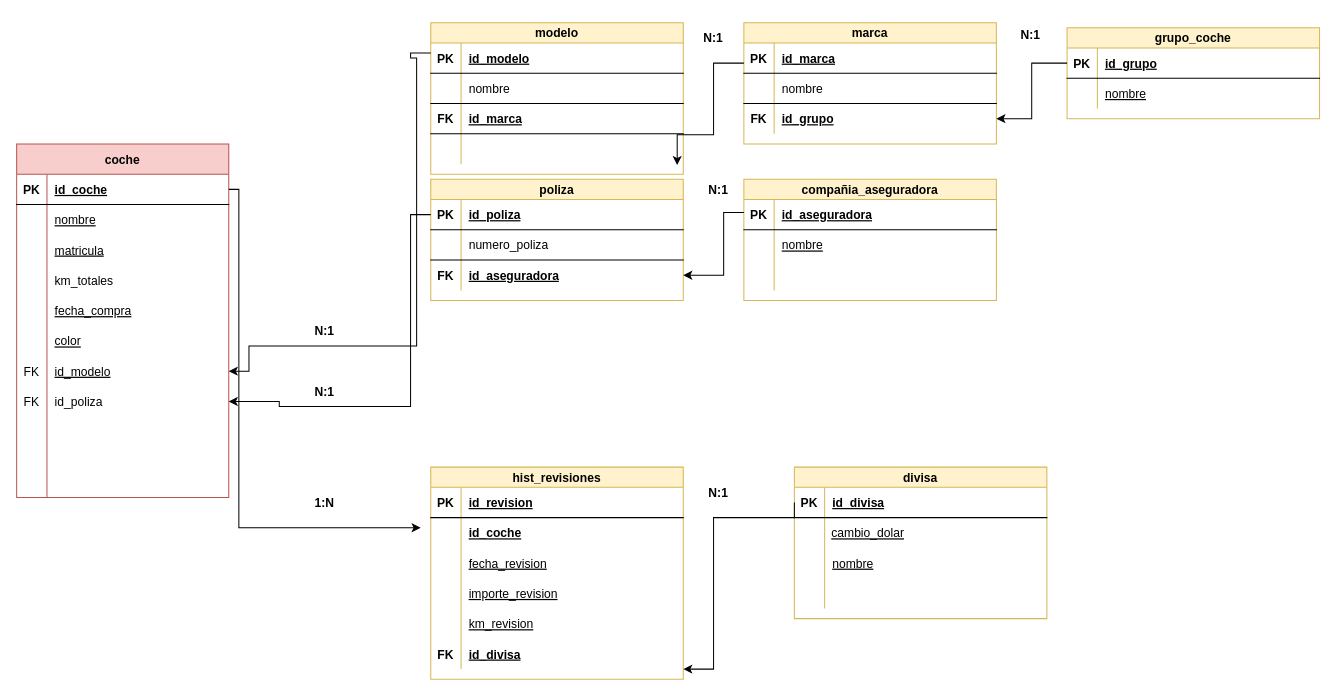
Above: Modelo_ER.drawio in Lalmolda/Practica_SQL (draw.io), before the change. Source tidied: cells renumbered, new cells numbered last; positions are measured from the earlier drawing's top-left corner, leaving out a move shared by most shapes. Both pictures are drawn from the tidied source at 101%, with x=0, y=0 at pixel (16, 16).
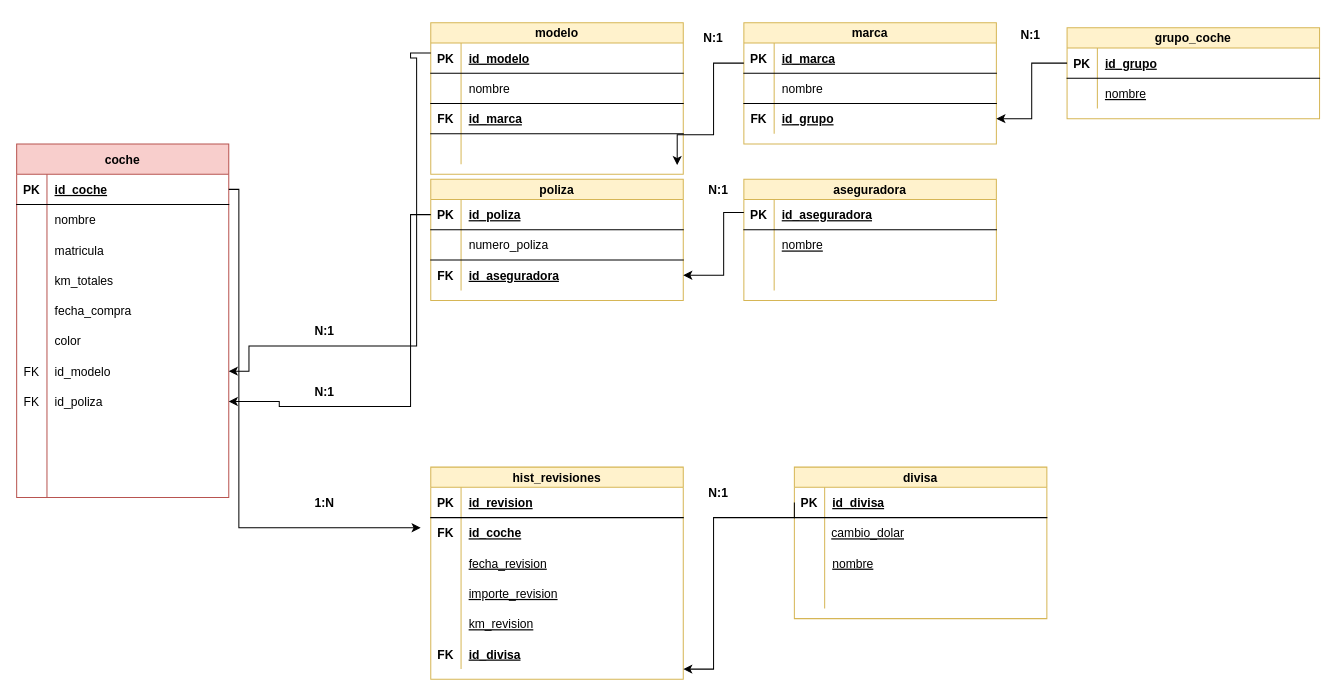
The same page after the edit.

Commit message (it also covers changes not shown here):
Tablas creadas

Unchanged cells that the change refers to:
```xml
<mxCell id="6" style="shape=partialRectangle;fillColor=none;top=0;left=0;right=0;bottom=0;" parent="2" vertex="1">
  <mxGeometry y="60" width="210" height="30" as="geometry" />
</mxCell>
<mxCell id="9" style="shape=partialRectangle;fillColor=none;top=0;left=0;right=0;bottom=0;" parent="2" vertex="1">
  <mxGeometry y="90" width="210" height="30" as="geometry" />
</mxCell>
<mxCell id="15" style="shape=partialRectangle;fillColor=none;top=0;left=0;right=0;bottom=0;" parent="2" vertex="1">
  <mxGeometry y="150" width="210" height="30" as="geometry" />
</mxCell>
<mxCell id="18" style="shape=partialRectangle;fillColor=none;top=0;left=0;right=0;bottom=0;" parent="2" vertex="1">
  <mxGeometry y="180" width="210" height="30" as="geometry" />
</mxCell>
<mxCell id="21" style="shape=partialRectangle;fillColor=none;points=[[0,0.5],[1,0.5]];portConstraint=eastwest;top=0;left=0;right=0;bottom=0;" parent="2" vertex="1">
  <mxGeometry y="210" width="210" height="30" as="geometry" />
</mxCell>
<mxCell id="93" style="shape=partialRectangle;fillColor=none;top=0;left=0;right=0;bottom=0;" parent="89" vertex="1">
  <mxGeometry y="50" width="250" height="30" as="geometry" />
</mxCell>
```

Change to the diagram source:
```diff
@@
-    <mxCell id="8" value="nombre" style="shape=partialRectangle;overflow=hidden;fillColor=none;top=0;left=0;bottom=0;right=0;align=left;spacingLeft=6;fontStyle=4;" parent="6" vertex="1">
+    <mxCell id="8" value="nombre" style="shape=partialRectangle;overflow=hidden;fillColor=none;top=0;left=0;bottom=0;right=0;align=left;spacingLeft=6;fontStyle=0;" parent="6" vertex="1">
       <mxGeometry x="30" width="180" height="30" as="geometry" />
     </mxCell>
@@
-    <mxCell id="11" value="matricula" style="shape=partialRectangle;overflow=hidden;fillColor=none;top=0;left=0;bottom=0;right=0;align=left;spacingLeft=6;fontStyle=4;" parent="9" vertex="1">
+    <mxCell id="11" value="matricula" style="shape=partialRectangle;overflow=hidden;fillColor=none;top=0;left=0;bottom=0;right=0;align=left;spacingLeft=6;fontStyle=0;" parent="9" vertex="1">
       <mxGeometry x="30" width="180" height="30" as="geometry" />
     </mxCell>
@@
-    <mxCell id="17" value="fecha_compra" style="shape=partialRectangle;overflow=hidden;fillColor=none;top=0;left=0;bottom=0;right=0;align=left;spacingLeft=6;fontStyle=4;" parent="15" vertex="1">
+    <mxCell id="17" value="fecha_compra" style="shape=partialRectangle;overflow=hidden;fillColor=none;top=0;left=0;bottom=0;right=0;align=left;spacingLeft=6;fontStyle=0;" parent="15" vertex="1">
       <mxGeometry x="30" width="180" height="30" as="geometry" />
     </mxCell>
@@
-    <mxCell id="20" value="color" style="shape=partialRectangle;overflow=hidden;fillColor=none;top=0;left=0;bottom=0;right=0;align=left;spacingLeft=6;fontStyle=4;" parent="18" vertex="1">
+    <mxCell id="20" value="color" style="shape=partialRectangle;overflow=hidden;fillColor=none;top=0;left=0;bottom=0;right=0;align=left;spacingLeft=6;fontStyle=0;" parent="18" vertex="1">
       <mxGeometry x="30" width="180" height="30" as="geometry" />
     </mxCell>
@@
-    <mxCell id="23" value="id_modelo" style="shape=partialRectangle;overflow=hidden;fillColor=none;top=0;left=0;bottom=0;right=0;align=left;spacingLeft=6;fontStyle=4;strokeColor=default;" parent="21" vertex="1">
+    <mxCell id="23" value="id_modelo" style="shape=partialRectangle;overflow=hidden;fillColor=none;top=0;left=0;bottom=0;right=0;align=left;spacingLeft=6;fontStyle=0;strokeColor=default;" parent="21" vertex="1">
       <mxGeometry x="30" width="180" height="30" as="geometry" />
     </mxCell>
@@
-    <mxCell id="53" value="compañia_aseguradora" style="shape=table;startSize=20;childLayout=tableLayout;rowLines=0;fontStyle=1;align=center;fillColor=#fff2cc;strokeColor=#d6b656;" parent="1" vertex="1">
+    <mxCell id="53" value="aseguradora" style="shape=table;startSize=20;childLayout=tableLayout;rowLines=0;fontStyle=1;align=center;fillColor=#fff2cc;strokeColor=#d6b656;" parent="1" vertex="1">
       <mxGeometry x="720" y="161" width="250" height="120" as="geometry" />
     </mxCell>
@@
-    <mxCell id="94" style="shape=partialRectangle;overflow=hidden;fillColor=none;top=0;left=0;bottom=0;right=0;fontStyle=1;" parent="93" vertex="1">
+    <mxCell id="94" value="FK" style="shape=partialRectangle;overflow=hidden;fillColor=none;top=0;left=0;bottom=0;right=0;fontStyle=1;" parent="93" vertex="1">
       <mxGeometry width="30" height="30" as="geometry" />
     </mxCell>
```
